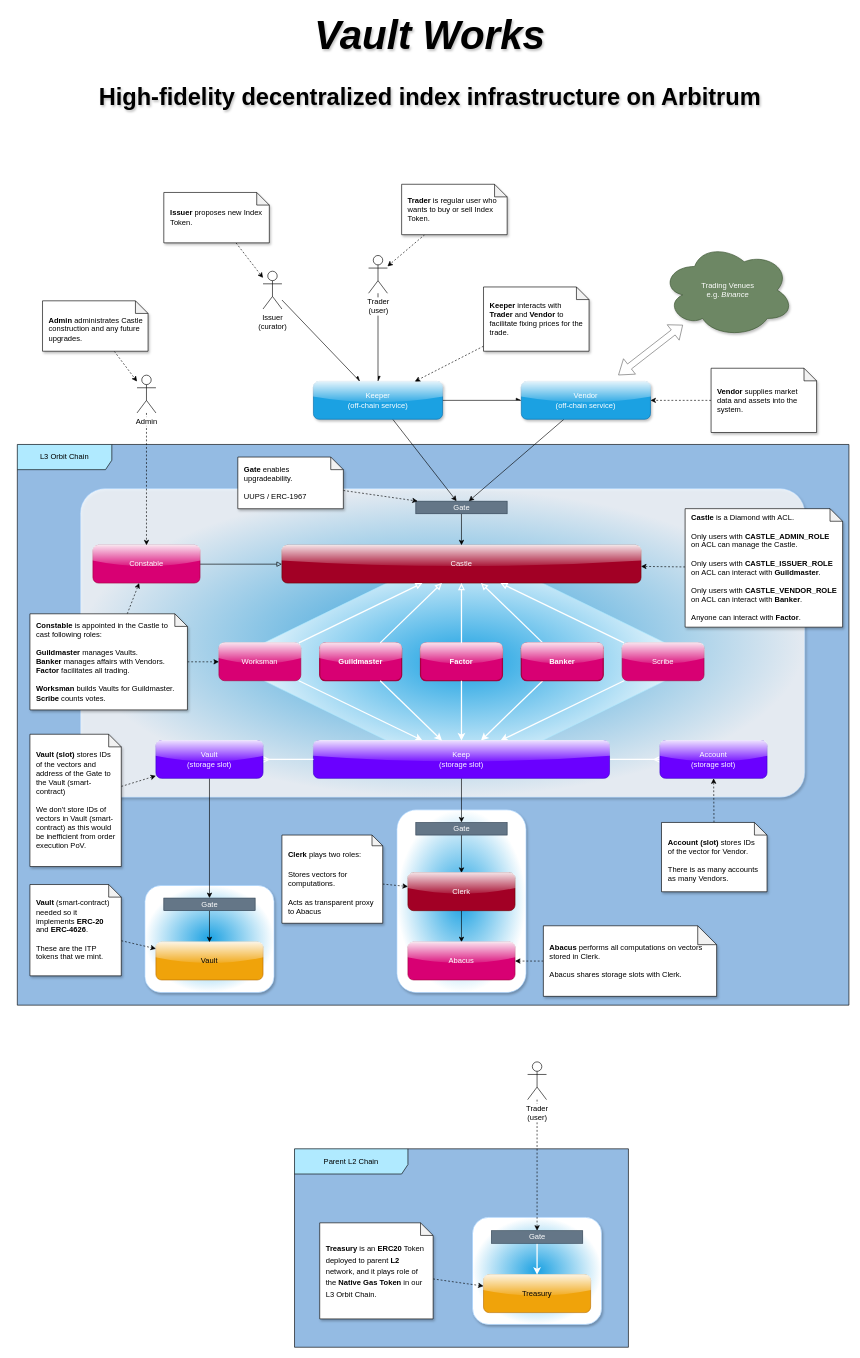
Earlier version of the draw.io diagram docs/VaultWorks.drawio (IndexMaker/vaultworks). Source tidied: cells renumbered, new cells numbered last; positions are measured from the earlier drawing's top-left corner, leaving out a move shared by most shapes. Both pictures are drawn from the tidied source at 63%, with x=0, y=0 at pixel (11, 41).
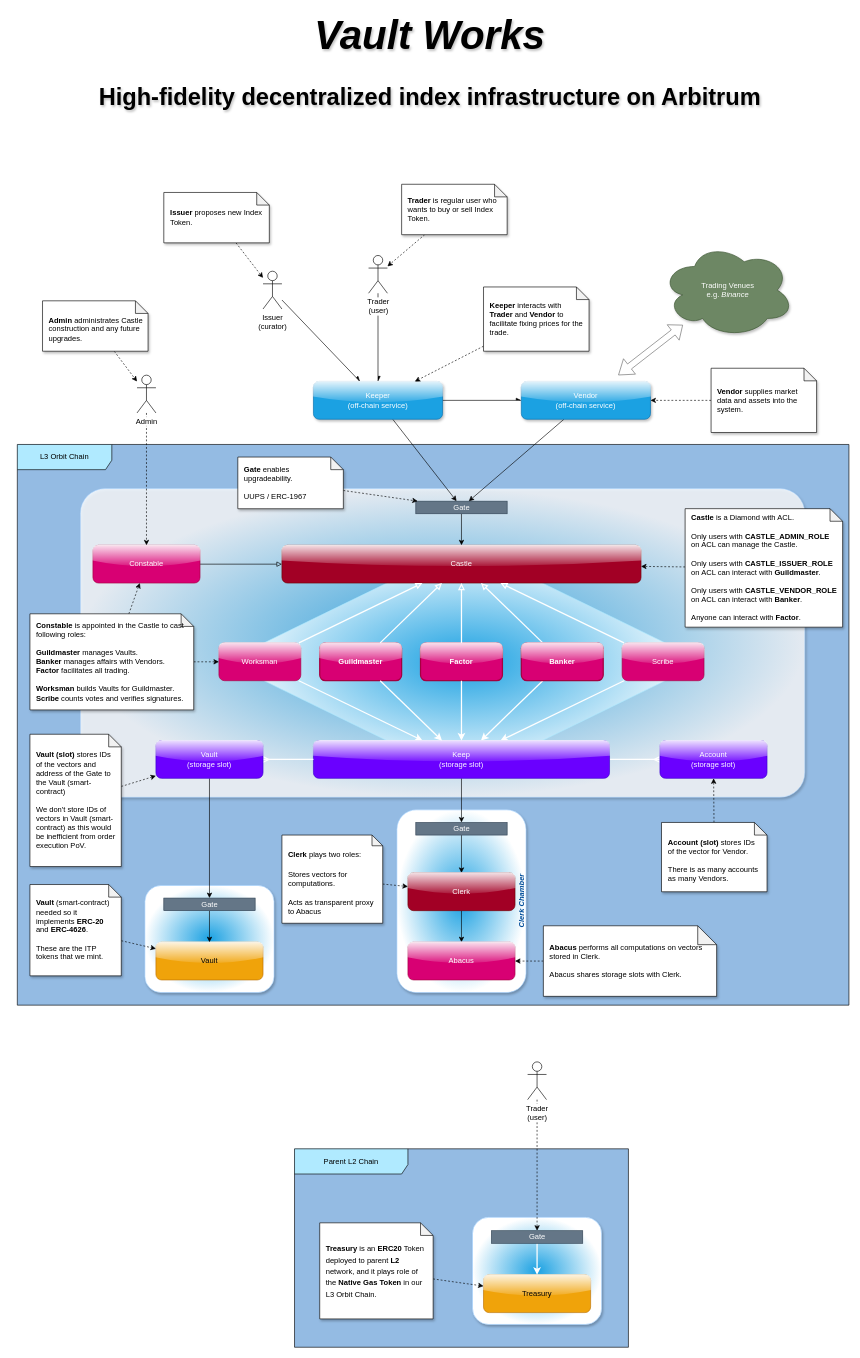
After the change.

Diff of the diagram source:
```diff
@@
-    <mxCell id="64" value="&lt;b&gt;Constable&lt;/b&gt; is appointed in the Castle to cast following roles:&lt;div&gt;&lt;br&gt;&lt;/div&gt;&lt;div&gt;&lt;b&gt;Guildmaster&lt;/b&gt; manages Vaults.&lt;/div&gt;&lt;div&gt;&lt;b&gt;Banker&lt;/b&gt; manages affairs with Vendors.&lt;/div&gt;&lt;div&gt;&lt;b&gt;Factor&lt;/b&gt; facilitates all trading.&lt;/div&gt;&lt;div&gt;&lt;br&gt;&lt;/div&gt;&lt;div&gt;&lt;b&gt;Worksman&lt;/b&gt; builds Vaults for Guildmaster.&lt;/div&gt;&lt;div&gt;&lt;b&gt;Scribe&lt;/b&gt; counts votes.&lt;/div&gt;" style="shape=note;whiteSpace=wrap;html=1;backgroundOutline=1;darkOpacity=0.05;align=left;spacing=10;size=20;shadow=1;" parent="1" vertex="1">
-      <mxGeometry x="30" y="908.8" width="250" height="152.5" as="geometry" />
+    <mxCell id="64" value="&lt;b&gt;Constable&lt;/b&gt; is appointed in the Castle to cast following roles:&lt;div&gt;&lt;br&gt;&lt;/div&gt;&lt;div&gt;&lt;b&gt;Guildmaster&lt;/b&gt; manages Vaults.&lt;/div&gt;&lt;div&gt;&lt;b&gt;Banker&lt;/b&gt; manages affairs with Vendors.&lt;/div&gt;&lt;div&gt;&lt;b&gt;Factor&lt;/b&gt; facilitates all trading.&lt;/div&gt;&lt;div&gt;&lt;br&gt;&lt;/div&gt;&lt;div&gt;&lt;b&gt;Worksman&lt;/b&gt; builds Vaults for Guildmaster.&lt;/div&gt;&lt;div&gt;&lt;b&gt;Scribe&lt;/b&gt; counts votes and verifies signatures.&lt;/div&gt;" style="shape=note;whiteSpace=wrap;html=1;backgroundOutline=1;darkOpacity=0.05;align=left;spacing=10;size=20;shadow=1;" parent="1" vertex="1">
+      <mxGeometry x="30" y="908.8" width="260" height="152.5" as="geometry" />
     </mxCell>
@@
+    <mxCell id="92" value="Clerk Chamber" style="text;html=1;align=center;verticalAlign=middle;strokeColor=none;fillColor=none;rotation=-90;fontStyle=3;fontColor=#004C99;" parent="1" vertex="1">
+      <mxGeometry x="760" y="1350" width="100" height="30" as="geometry" />
+    </mxCell>
```
